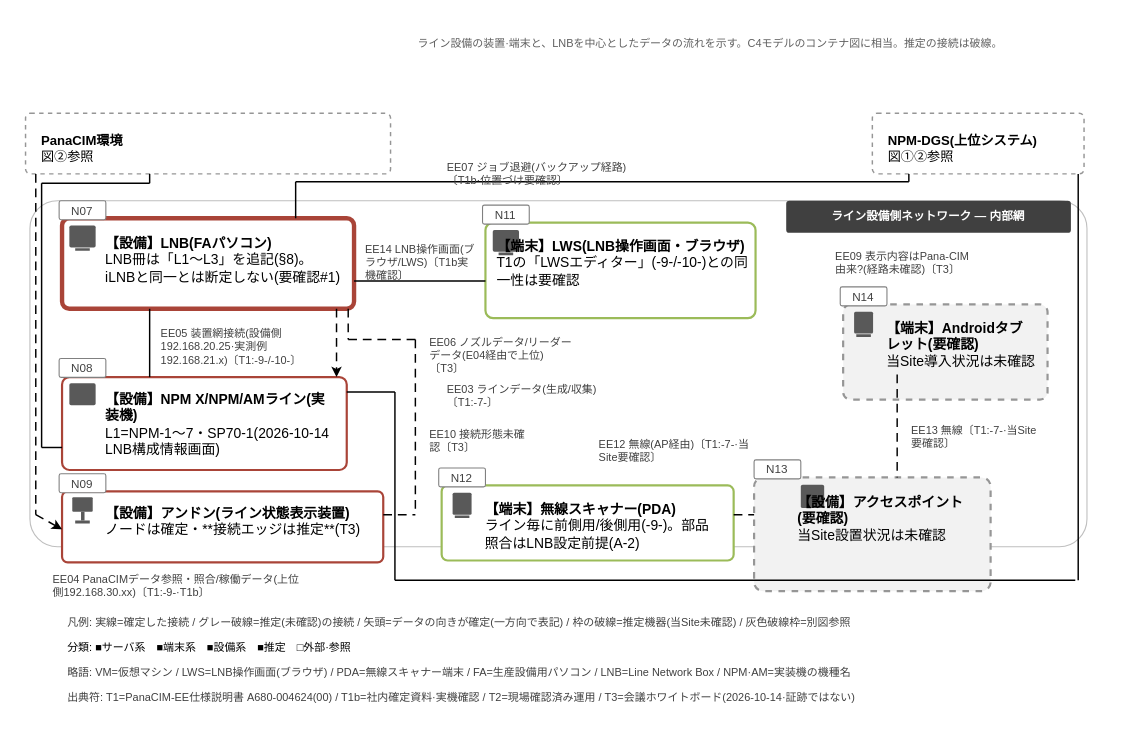
nk-shino/work_vault keeps this draw.io diagram as page "相関図③" (3 of 3) of 20261102_管理文書用語と相関図/drawio_20261106/相関図_pana_20261106.drawio. Above is the earlier version. Source tidied: cells renumbered, new cells numbered last; positions are measured from the earlier drawing's top-left corner, leaving out a move shared by most shapes. Both pictures are drawn from the tidied source at 146%, with x=0, y=0 at pixel (25, 23).
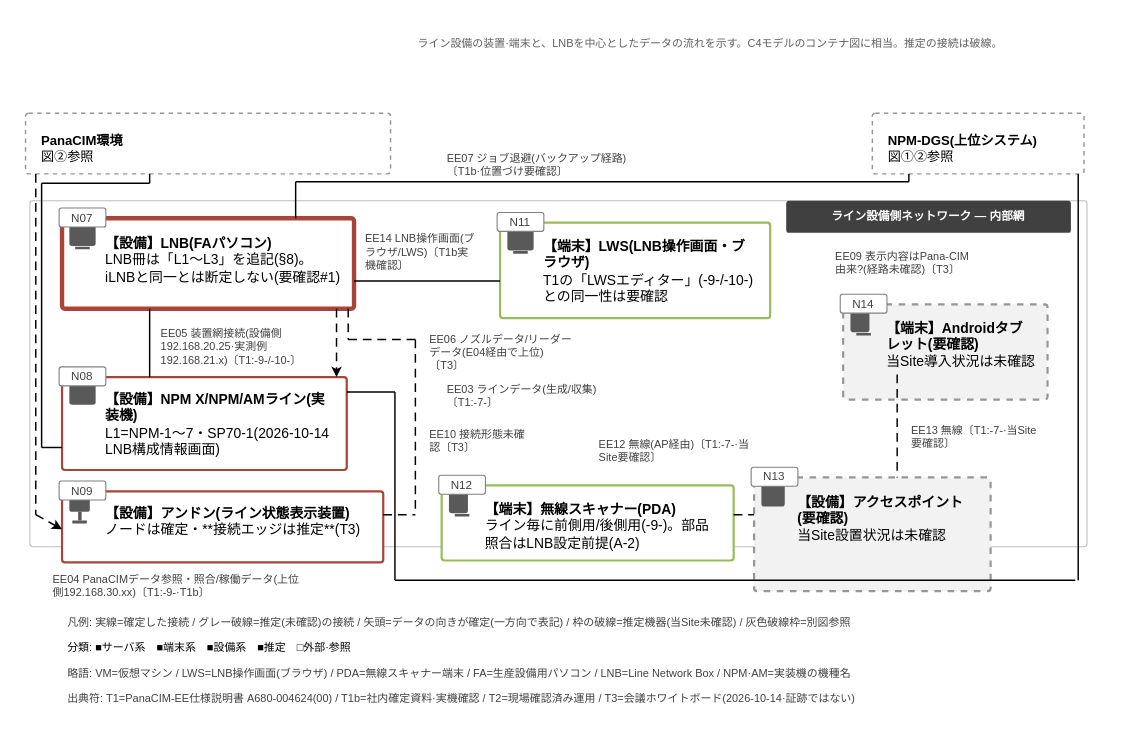
Above is the later version.

What changed in the source:
```diff
@@
-    <mxCell id="3" style="rounded=1;arcSize=8;whiteSpace=wrap;html=1;fontFamily=Meiryo UI;fillColor=#FFFFFF;strokeColor=#BFBFBF;strokeWidth=0.75;" parent="1" vertex="1">
+    <mxCell id="3" style="rounded=1;absoluteArcSize=1;arcSize=4;whiteSpace=wrap;html=1;fontFamily=Meiryo UI;fillColor=#FFFFFF;strokeColor=#BFBFBF;strokeWidth=0.75;" parent="1" vertex="1">
       <mxGeometry x="3" y="121" width="724" height="237" as="geometry" />
     </mxCell>
-    <mxCell id="4" value="ライン設備側ネットワーク — 内部網" style="rounded=1;arcSize=10;whiteSpace=wrap;html=1;fontFamily=Meiryo UI;fontSize=8;fontColor=#FFFFFF;fillColor=#404040;strokeColor=none;strokeWidth=2;align=center;verticalAlign=middle;fontStyle=1;" parent="1" vertex="1">
+    <mxCell id="4" value="ライン設備側ネットワーク — 内部網" style="rounded=1;absoluteArcSize=1;arcSize=4;whiteSpace=wrap;html=1;fontFamily=Meiryo UI;fontSize=8;fontColor=#FFFFFF;fillColor=#404040;strokeColor=none;strokeWidth=2;align=center;verticalAlign=middle;fontStyle=1;" parent="1" vertex="1">
       <mxGeometry x="521" y="121" width="195" height="22" as="geometry" />
     </mxCell>
-    <mxCell id="5" style="rounded=1;arcSize=8;whiteSpace=wrap;html=1;fontFamily=Meiryo UI;fillColor=#FFFFFF;strokeColor=#A94438;strokeWidth=3;" parent="1" vertex="1">
+    <mxCell id="5" style="rounded=1;absoluteArcSize=1;arcSize=4;whiteSpace=wrap;html=1;fontFamily=Meiryo UI;fillColor=#FFFFFF;strokeColor=#A94438;strokeWidth=3;" parent="1" vertex="1">
       <mxGeometry x="25" y="133" width="200" height="62" as="geometry" />
     </mxCell>
-    <mxCell id="6" style="rounded=1;arcSize=8;whiteSpace=wrap;html=1;fontFamily=Meiryo UI;fillColor=#595959;strokeColor=none;strokeWidth=2;" parent="1" vertex="1">
-      <mxGeometry x="30" y="138" width="18" height="15" as="geometry" />
+    <mxCell id="6" style="rounded=1;absoluteArcSize=1;arcSize=3.75;whiteSpace=wrap;html=1;fontFamily=Meiryo UI;fillColor=#595959;strokeColor=none;strokeWidth=2;" parent="1" vertex="1">
+      <mxGeometry x="30" y="137" width="18" height="15" as="geometry" />
     </mxCell>
-    <mxCell id="7" style="rounded=1;arcSize=8;whiteSpace=wrap;html=1;fontFamily=Meiryo UI;fillColor=#595959;strokeColor=none;strokeWidth=2;" parent="1" vertex="1">
-      <mxGeometry x="34" y="153.5" width="10" height="1.8" as="geometry" />
+    <mxCell id="7" style="rounded=1;absoluteArcSize=1;arcSize=0.45;whiteSpace=wrap;html=1;fontFamily=Meiryo UI;fillColor=#595959;strokeColor=none;strokeWidth=2;" parent="1" vertex="1">
+      <mxGeometry x="34" y="152.5" width="10" height="1.8" as="geometry" />
     </mxCell>
@@
-    <mxCell id="9" value="N07" style="rounded=1;arcSize=10;whiteSpace=wrap;html=1;fontFamily=Meiryo UI;fontSize=8;fontColor=#404040;fillColor=#FFFFFF;strokeColor=#808080;strokeWidth=0.75;align=center;verticalAlign=middle;" parent="1" vertex="1">
-      <mxGeometry x="23" y="121" width="32" height="13" as="geometry" />
+    <mxCell id="9" value="N07" style="rounded=1;absoluteArcSize=1;arcSize=3.25;whiteSpace=wrap;html=1;fontFamily=Meiryo UI;fontSize=8;fontColor=#404040;fillColor=#FFFFFF;strokeColor=#808080;strokeWidth=0.75;align=center;verticalAlign=middle;" parent="1" vertex="1">
+      <mxGeometry x="23" y="126" width="32" height="13" as="geometry" />
     </mxCell>
-    <mxCell id="10" style="rounded=1;arcSize=8;whiteSpace=wrap;html=1;fontFamily=Meiryo UI;fillColor=#FFFFFF;strokeColor=#9BBB59;strokeWidth=1.5;" parent="1" vertex="1">
-      <mxGeometry x="315" y="136" width="185" height="65.4" as="geometry" />
+    <mxCell id="10" style="rounded=1;absoluteArcSize=1;arcSize=4;whiteSpace=wrap;html=1;fontFamily=Meiryo UI;fillColor=#FFFFFF;strokeColor=#9BBB59;strokeWidth=1.5;" parent="1" vertex="1">
+      <mxGeometry x="325" y="136" width="185" height="65.4" as="geometry" />
     </mxCell>
-    <mxCell id="11" style="rounded=1;arcSize=8;whiteSpace=wrap;html=1;fontFamily=Meiryo UI;fillColor=#595959;strokeColor=none;strokeWidth=2;" parent="1" vertex="1">
-      <mxGeometry x="320" y="141" width="18" height="15" as="geometry" />
+    <mxCell id="11" style="rounded=1;absoluteArcSize=1;arcSize=3.75;whiteSpace=wrap;html=1;fontFamily=Meiryo UI;fillColor=#595959;strokeColor=none;strokeWidth=2;" parent="1" vertex="1">
+      <mxGeometry x="330" y="140" width="18" height="15" as="geometry" />
     </mxCell>
-    <mxCell id="12" style="rounded=1;arcSize=8;whiteSpace=wrap;html=1;fontFamily=Meiryo UI;fillColor=#595959;strokeColor=none;strokeWidth=2;" parent="1" vertex="1">
-      <mxGeometry x="324" y="156.5" width="10" height="1.8" as="geometry" />
+    <mxCell id="12" style="rounded=1;absoluteArcSize=1;arcSize=0.45;whiteSpace=wrap;html=1;fontFamily=Meiryo UI;fillColor=#595959;strokeColor=none;strokeWidth=2;" parent="1" vertex="1">
+      <mxGeometry x="334" y="155.5" width="10" height="1.8" as="geometry" />
     </mxCell>
     <mxCell id="13" value="&lt;b&gt;【端末】LWS(LNB操作画面・ブラウザ)&lt;/b&gt;&lt;br&gt;T1の「LWSエディター」(-9-/-10-)との同一性は要確認" style="text;html=1;whiteSpace=wrap;fontFamily=Meiryo UI;fontSize=9.5;fontColor=#000000;align=left;verticalAlign=top;spacingLeft=2;spacingRight=2;spacingTop=1;spacingBottom=1;" parent="1" vertex="1">
-      <mxGeometry x="319" y="139" width="179" height="59.4" as="geometry" />
+      <mxGeometry x="351" y="139" width="152" height="59.4" as="geometry" />
     </mxCell>
-    <mxCell id="14" value="N11" style="rounded=1;arcSize=10;whiteSpace=wrap;html=1;fontFamily=Meiryo UI;fontSize=8;fontColor=#404040;fillColor=#FFFFFF;strokeColor=#808080;strokeWidth=0.75;align=center;verticalAlign=middle;" parent="1" vertex="1">
-      <mxGeometry x="313" y="124" width="32" height="13" as="geometry" />
+    <mxCell id="14" value="N11" style="rounded=1;absoluteArcSize=1;arcSize=3.25;whiteSpace=wrap;html=1;fontFamily=Meiryo UI;fontSize=8;fontColor=#404040;fillColor=#FFFFFF;strokeColor=#808080;strokeWidth=0.75;align=center;verticalAlign=middle;" parent="1" vertex="1">
+      <mxGeometry x="323" y="129" width="32" height="13" as="geometry" />
     </mxCell>
-    <mxCell id="15" style="rounded=1;arcSize=8;whiteSpace=wrap;html=1;fontFamily=Meiryo UI;fillColor=#FFFFFF;strokeColor=#A94438;strokeWidth=1.5;" parent="1" vertex="1">
+    <mxCell id="15" style="rounded=1;absoluteArcSize=1;arcSize=4;whiteSpace=wrap;html=1;fontFamily=Meiryo UI;fillColor=#FFFFFF;strokeColor=#A94438;strokeWidth=1.5;" parent="1" vertex="1">
       <mxGeometry x="25" y="241.8" width="195" height="63.6" as="geometry" />
     </mxCell>
-    <mxCell id="16" style="rounded=1;arcSize=8;whiteSpace=wrap;html=1;fontFamily=Meiryo UI;fillColor=#595959;strokeColor=none;strokeWidth=2;" parent="1" vertex="1">
-      <mxGeometry x="30" y="246" width="18" height="15" as="geometry" />
+    <mxCell id="16" style="rounded=1;absoluteArcSize=1;arcSize=3.75;whiteSpace=wrap;html=1;fontFamily=Meiryo UI;fillColor=#595959;strokeColor=none;strokeWidth=2;" parent="1" vertex="1">
+      <mxGeometry x="30" y="245.8" width="18" height="15" as="geometry" />
     </mxCell>
@@
-    <mxCell id="18" value="N08" style="rounded=1;arcSize=10;whiteSpace=wrap;html=1;fontFamily=Meiryo UI;fontSize=8;fontColor=#404040;fillColor=#FFFFFF;strokeColor=#808080;strokeWidth=0.75;align=center;verticalAlign=middle;" parent="1" vertex="1">
-      <mxGeometry x="23" y="229" width="32" height="13" as="geometry" />
+    <mxCell id="18" value="N08" style="rounded=1;absoluteArcSize=1;arcSize=3.25;whiteSpace=wrap;html=1;fontFamily=Meiryo UI;fontSize=8;fontColor=#404040;fillColor=#FFFFFF;strokeColor=#808080;strokeWidth=0.75;align=center;verticalAlign=middle;" parent="1" vertex="1">
+      <mxGeometry x="23" y="234.8" width="32" height="13" as="geometry" />
     </mxCell>
-    <mxCell id="19" style="rounded=1;arcSize=8;whiteSpace=wrap;html=1;fontFamily=Meiryo UI;fillColor=#FFFFFF;strokeColor=#A94438;strokeWidth=1.5;" parent="1" vertex="1">
+    <mxCell id="19" style="rounded=1;absoluteArcSize=1;arcSize=4;whiteSpace=wrap;html=1;fontFamily=Meiryo UI;fillColor=#FFFFFF;strokeColor=#A94438;strokeWidth=1.5;" parent="1" vertex="1">
       <mxGeometry x="25" y="320" width="220" height="48.7" as="geometry" />
     </mxCell>
-    <mxCell id="20" style="rounded=1;arcSize=8;whiteSpace=wrap;html=1;fontFamily=Meiryo UI;fillColor=#595959;strokeColor=none;strokeWidth=2;" parent="1" vertex="1">
-      <mxGeometry x="32" y="324" width="14" height="10" as="geometry" />
+    <mxCell id="20" style="rounded=1;absoluteArcSize=1;arcSize=2.5;whiteSpace=wrap;html=1;fontFamily=Meiryo UI;fillColor=#595959;strokeColor=none;strokeWidth=2;" parent="1" vertex="1">
+      <mxGeometry x="30" y="324" width="14" height="10" as="geometry" />
     </mxCell>
-    <mxCell id="21" style="rounded=1;arcSize=8;whiteSpace=wrap;html=1;fontFamily=Meiryo UI;fillColor=#595959;strokeColor=none;strokeWidth=2;" parent="1" vertex="1">
-      <mxGeometry x="38" y="334" width="2.4" height="6" as="geometry" />
+    <mxCell id="21" style="rounded=1;absoluteArcSize=1;arcSize=0.6;whiteSpace=wrap;html=1;fontFamily=Meiryo UI;fillColor=#595959;strokeColor=none;strokeWidth=2;" parent="1" vertex="1">
+      <mxGeometry x="36" y="334" width="2.4" height="6" as="geometry" />
     </mxCell>
-    <mxCell id="22" style="rounded=1;arcSize=8;whiteSpace=wrap;html=1;fontFamily=Meiryo UI;fillColor=#595959;strokeColor=none;strokeWidth=2;" parent="1" vertex="1">
-      <mxGeometry x="34" y="340" width="10" height="2" as="geometry" />
+    <mxCell id="22" style="rounded=1;absoluteArcSize=1;arcSize=0.5;whiteSpace=wrap;html=1;fontFamily=Meiryo UI;fillColor=#595959;strokeColor=none;strokeWidth=2;" parent="1" vertex="1">
+      <mxGeometry x="32" y="340" width="10" height="2" as="geometry" />
     </mxCell>
@@
-    <mxCell id="24" value="N09" style="rounded=1;arcSize=10;whiteSpace=wrap;html=1;fontFamily=Meiryo UI;fontSize=8;fontColor=#404040;fillColor=#FFFFFF;strokeColor=#808080;strokeWidth=0.75;align=center;verticalAlign=middle;" parent="1" vertex="1">
-      <mxGeometry x="23" y="308" width="32" height="13" as="geometry" />
+    <mxCell id="24" value="N09" style="rounded=1;absoluteArcSize=1;arcSize=3.25;whiteSpace=wrap;html=1;fontFamily=Meiryo UI;fontSize=8;fontColor=#404040;fillColor=#FFFFFF;strokeColor=#808080;strokeWidth=0.75;align=center;verticalAlign=middle;" parent="1" vertex="1">
+      <mxGeometry x="23" y="313" width="32" height="13" as="geometry" />
     </mxCell>
-    <mxCell id="25" style="rounded=1;arcSize=8;whiteSpace=wrap;html=1;fontFamily=Meiryo UI;fillColor=#FFFFFF;strokeColor=#9BBB59;strokeWidth=1.5;" parent="1" vertex="1">
+    <mxCell id="25" style="rounded=1;absoluteArcSize=1;arcSize=4;whiteSpace=wrap;html=1;fontFamily=Meiryo UI;fillColor=#FFFFFF;strokeColor=#9BBB59;strokeWidth=1.5;" parent="1" vertex="1">
       <mxGeometry x="285" y="316" width="200" height="51.4" as="geometry" />
     </mxCell>
-    <mxCell id="26" style="rounded=1;arcSize=8;whiteSpace=wrap;html=1;fontFamily=Meiryo UI;fillColor=#595959;strokeColor=none;strokeWidth=2;" parent="1" vertex="1">
-      <mxGeometry x="292.5" y="321" width="13" height="15" as="geometry" />
+    <mxCell id="26" style="rounded=1;absoluteArcSize=1;arcSize=3.25;whiteSpace=wrap;html=1;fontFamily=Meiryo UI;fillColor=#595959;strokeColor=none;strokeWidth=2;" parent="1" vertex="1">
+      <mxGeometry x="290" y="320" width="13" height="15" as="geometry" />
     </mxCell>
-    <mxCell id="27" style="rounded=1;arcSize=8;whiteSpace=wrap;html=1;fontFamily=Meiryo UI;fillColor=#595959;strokeColor=none;strokeWidth=2;" parent="1" vertex="1">
-      <mxGeometry x="294" y="336.5" width="10" height="1.8" as="geometry" />
+    <mxCell id="27" style="rounded=1;absoluteArcSize=1;arcSize=0.45;whiteSpace=wrap;html=1;fontFamily=Meiryo UI;fillColor=#595959;strokeColor=none;strokeWidth=2;" parent="1" vertex="1">
+      <mxGeometry x="294" y="335.5" width="10" height="1.8" as="geometry" />
     </mxCell>
@@
-    <mxCell id="29" value="N12" style="rounded=1;arcSize=10;whiteSpace=wrap;html=1;fontFamily=Meiryo UI;fontSize=8;fontColor=#404040;fillColor=#FFFFFF;strokeColor=#808080;strokeWidth=0.75;align=center;verticalAlign=middle;" parent="1" vertex="1">
-      <mxGeometry x="283" y="304" width="32" height="13" as="geometry" />
+    <mxCell id="29" value="N12" style="rounded=1;absoluteArcSize=1;arcSize=3.25;whiteSpace=wrap;html=1;fontFamily=Meiryo UI;fontSize=8;fontColor=#404040;fillColor=#FFFFFF;strokeColor=#808080;strokeWidth=0.75;align=center;verticalAlign=middle;" parent="1" vertex="1">
+      <mxGeometry x="283" y="309" width="32" height="13" as="geometry" />
     </mxCell>
-    <mxCell id="30" style="rounded=1;arcSize=8;whiteSpace=wrap;html=1;fontFamily=Meiryo UI;fillColor=#F2F2F2;strokeColor=#969696;strokeWidth=1.5;dashed=1;" parent="1" vertex="1">
+    <mxCell id="30" style="rounded=1;absoluteArcSize=1;arcSize=4;whiteSpace=wrap;html=1;fontFamily=Meiryo UI;fillColor=#F2F2F2;strokeColor=#969696;strokeWidth=1.5;dashed=1;" parent="1" vertex="1">
       <mxGeometry x="499" y="310.5" width="162" height="77.9" as="geometry" />
     </mxCell>
-    <mxCell id="31" style="rounded=1;arcSize=8;whiteSpace=wrap;html=1;fontFamily=Meiryo UI;fillColor=#595959;strokeColor=none;strokeWidth=2;" parent="1" vertex="1">
-      <mxGeometry x="531" y="315.5" width="16" height="16" as="geometry" />
+    <mxCell id="31" style="rounded=1;absoluteArcSize=1;arcSize=4;whiteSpace=wrap;html=1;fontFamily=Meiryo UI;fillColor=#595959;strokeColor=none;strokeWidth=2;" parent="1" vertex="1">
+      <mxGeometry x="504" y="314.5" width="16" height="16" as="geometry" />
     </mxCell>
@@
-    <mxCell id="33" value="N13" style="rounded=1;arcSize=10;whiteSpace=wrap;html=1;fontFamily=Meiryo UI;fontSize=8;fontColor=#404040;fillColor=#FFFFFF;strokeColor=#808080;strokeWidth=0.75;align=center;verticalAlign=middle;" parent="1" vertex="1">
-      <mxGeometry x="499" y="298.5" width="32" height="13" as="geometry" />
+    <mxCell id="33" value="N13" style="rounded=1;absoluteArcSize=1;arcSize=3.25;whiteSpace=wrap;html=1;fontFamily=Meiryo UI;fontSize=8;fontColor=#404040;fillColor=#FFFFFF;strokeColor=#808080;strokeWidth=0.75;align=center;verticalAlign=middle;" parent="1" vertex="1">
+      <mxGeometry x="497" y="303.5" width="32" height="13" as="geometry" />
     </mxCell>
-    <mxCell id="34" style="rounded=1;arcSize=8;whiteSpace=wrap;html=1;fontFamily=Meiryo UI;fillColor=#F2F2F2;strokeColor=#969696;strokeWidth=1.5;dashed=1;" parent="1" vertex="1">
+    <mxCell id="34" style="rounded=1;absoluteArcSize=1;arcSize=4;whiteSpace=wrap;html=1;fontFamily=Meiryo UI;fillColor=#F2F2F2;strokeColor=#969696;strokeWidth=1.5;dashed=1;" parent="1" vertex="1">
       <mxGeometry x="560" y="192" width="140" height="65.2" as="geometry" />
     </mxCell>
-    <mxCell id="35" style="rounded=1;arcSize=8;whiteSpace=wrap;html=1;fontFamily=Meiryo UI;fillColor=#595959;strokeColor=none;strokeWidth=2;" parent="1" vertex="1">
-      <mxGeometry x="567.5" y="197" width="13" height="15" as="geometry" />
+    <mxCell id="35" style="rounded=1;absoluteArcSize=1;arcSize=3.25;whiteSpace=wrap;html=1;fontFamily=Meiryo UI;fillColor=#595959;strokeColor=none;strokeWidth=2;" parent="1" vertex="1">
+      <mxGeometry x="565" y="196" width="13" height="15" as="geometry" />
     </mxCell>
-    <mxCell id="36" style="rounded=1;arcSize=8;whiteSpace=wrap;html=1;fontFamily=Meiryo UI;fillColor=#595959;strokeColor=none;strokeWidth=2;" parent="1" vertex="1">
-      <mxGeometry x="569" y="212.5" width="10" height="1.8" as="geometry" />
+    <mxCell id="36" style="rounded=1;absoluteArcSize=1;arcSize=0.45;whiteSpace=wrap;html=1;fontFamily=Meiryo UI;fillColor=#595959;strokeColor=none;strokeWidth=2;" parent="1" vertex="1">
+      <mxGeometry x="569" y="211.5" width="10" height="1.8" as="geometry" />
     </mxCell>
@@
-    <mxCell id="38" value="N14" style="rounded=1;arcSize=10;whiteSpace=wrap;html=1;fontFamily=Meiryo UI;fontSize=8;fontColor=#404040;fillColor=#FFFFFF;strokeColor=#808080;strokeWidth=0.75;align=center;verticalAlign=middle;" parent="1" vertex="1">
-      <mxGeometry x="558" y="180" width="32" height="13" as="geometry" />
+    <mxCell id="38" value="N14" style="rounded=1;absoluteArcSize=1;arcSize=3.25;whiteSpace=wrap;html=1;fontFamily=Meiryo UI;fontSize=8;fontColor=#404040;fillColor=#FFFFFF;strokeColor=#808080;strokeWidth=0.75;align=center;verticalAlign=middle;" parent="1" vertex="1">
+      <mxGeometry x="558" y="185" width="32" height="13" as="geometry" />
     </mxCell>
-    <mxCell id="39" style="rounded=1;arcSize=8;whiteSpace=wrap;html=1;fontFamily=Meiryo UI;fillColor=#FFFFFF;strokeColor=#969696;strokeWidth=1;dashed=1;" parent="1" vertex="1">
+    <mxCell id="39" style="rounded=1;absoluteArcSize=1;arcSize=4;whiteSpace=wrap;html=1;fontFamily=Meiryo UI;fillColor=#FFFFFF;strokeColor=#969696;strokeWidth=1;dashed=1;" parent="1" vertex="1">
       <mxGeometry y="61" width="250" height="41.6" as="geometry" />
     </mxCell>
@@
-    <mxCell id="41" style="rounded=1;arcSize=8;whiteSpace=wrap;html=1;fontFamily=Meiryo UI;fillColor=#FFFFFF;strokeColor=#969696;strokeWidth=1;dashed=1;" parent="1" vertex="1">
+    <mxCell id="41" style="rounded=1;absoluteArcSize=1;arcSize=4;whiteSpace=wrap;html=1;fontFamily=Meiryo UI;fillColor=#FFFFFF;strokeColor=#969696;strokeWidth=1;dashed=1;" parent="1" vertex="1">
       <mxGeometry x="580" y="61" width="145" height="41.6" as="geometry" />
     </mxCell>
@@
     <mxCell id="52" value="EE06 ノズルデータ/リーダーデータ(E04経由で上位)〔T3〕" style="text;html=1;whiteSpace=wrap;fontFamily=Meiryo UI;fontSize=7.5;fontColor=#404040;align=left;verticalAlign=top;spacingLeft=2;spacingRight=2;spacingTop=1;spacingBottom=1;" parent="1" vertex="1">
-      <mxGeometry x="273" y="206" width="104" height="26" as="geometry" />
+      <mxGeometry x="273" y="204" width="104" height="35.6" as="geometry" />
     </mxCell>
@@
     <mxCell id="56" value="EE07 ジョブ退避(バックアップ経路)〔T1b·位置づけ要確認〕" style="text;html=1;whiteSpace=wrap;fontFamily=Meiryo UI;fontSize=7.5;fontColor=#404040;align=left;verticalAlign=top;spacingLeft=2;spacingRight=2;spacingTop=1;spacingBottom=1;" parent="1" vertex="1">
-      <mxGeometry x="285" y="86" width="150" height="26" as="geometry" />
+      <mxGeometry x="285" y="80" width="150" height="26" as="geometry" />
     </mxCell>
@@
     <mxCell id="69" style="html=1;strokeColor=#000000;strokeWidth=1;endArrow=none;" parent="1" edge="1">
       <mxGeometry relative="1" as="geometry">
         <mxPoint x="225" y="176" as="sourcePoint" />
-        <mxPoint x="315" y="176" as="targetPoint" />
+        <mxPoint x="325" y="176" as="targetPoint" />
       </mxGeometry>
     </mxCell>
     <mxCell id="70" value="EE14 LNB操作画面(ブラウザ/LWS)〔T1b実機確認〕" style="text;html=1;whiteSpace=wrap;fontFamily=Meiryo UI;fontSize=7.5;fontColor=#404040;align=left;verticalAlign=top;spacingLeft=2;spacingRight=2;spacingTop=1;spacingBottom=1;" parent="1" vertex="1">
-      <mxGeometry x="229" y="142" width="82" height="38.5" as="geometry" />
+      <mxGeometry x="229" y="134.5" width="82" height="38.5" as="geometry" />
     </mxCell>
@@
     <mxCell id="72" value="分類: ■サーバ系　■端末系　■設備系　■推定　□外部·参照" style="text;html=1;whiteSpace=wrap;fontFamily=Meiryo UI;fontSize=7.5;fontColor=#000000;align=left;verticalAlign=top;spacingLeft=2;spacingRight=2;spacingTop=1;spacingBottom=1;" parent="1" vertex="1">
-      <mxGeometry x="25" y="414.9" width="700" height="13.5" as="geometry" />
+      <mxGeometry x="25" y="415.1" width="700" height="13.5" as="geometry" />
     </mxCell>
     <mxCell id="73" value="略語: VM=仮想マシン / LWS=LNB操作画面(ブラウザ) / PDA=無線スキャナー端末 / FA=生産設備用パソコン / LNB=Line Network Box / NPM·AM=実装機の機種名" style="text;html=1;whiteSpace=wrap;fontFamily=Meiryo UI;fontSize=7.5;fontColor=#404040;align=left;verticalAlign=top;spacingLeft=2;spacingRight=2;spacingTop=1;spacingBottom=1;" parent="1" vertex="1">
-      <mxGeometry x="25" y="432.2" width="700" height="13.5" as="geometry" />
+      <mxGeometry x="25" y="432.6" width="700" height="13.5" as="geometry" />
     </mxCell>
     <mxCell id="74" value="出典符: T1=PanaCIM-EE仕様説明書 A680-004624(00) / T1b=社内確定資料·実機確認 / T2=現場確認済み運用 / T3=会議ホワイトボード(2026-10-14·証跡ではない)" style="text;html=1;whiteSpace=wrap;fontFamily=Meiryo UI;fontSize=7.5;fontColor=#404040;align=left;verticalAlign=top;spacingLeft=2;spacingRight=2;spacingTop=1;spacingBottom=1;" parent="1" vertex="1">
-      <mxGeometry x="25" y="449.4" width="700" height="13.5" as="geometry" />
+      <mxGeometry x="25" y="450.2" width="700" height="13.5" as="geometry" />
     </mxCell>
```
